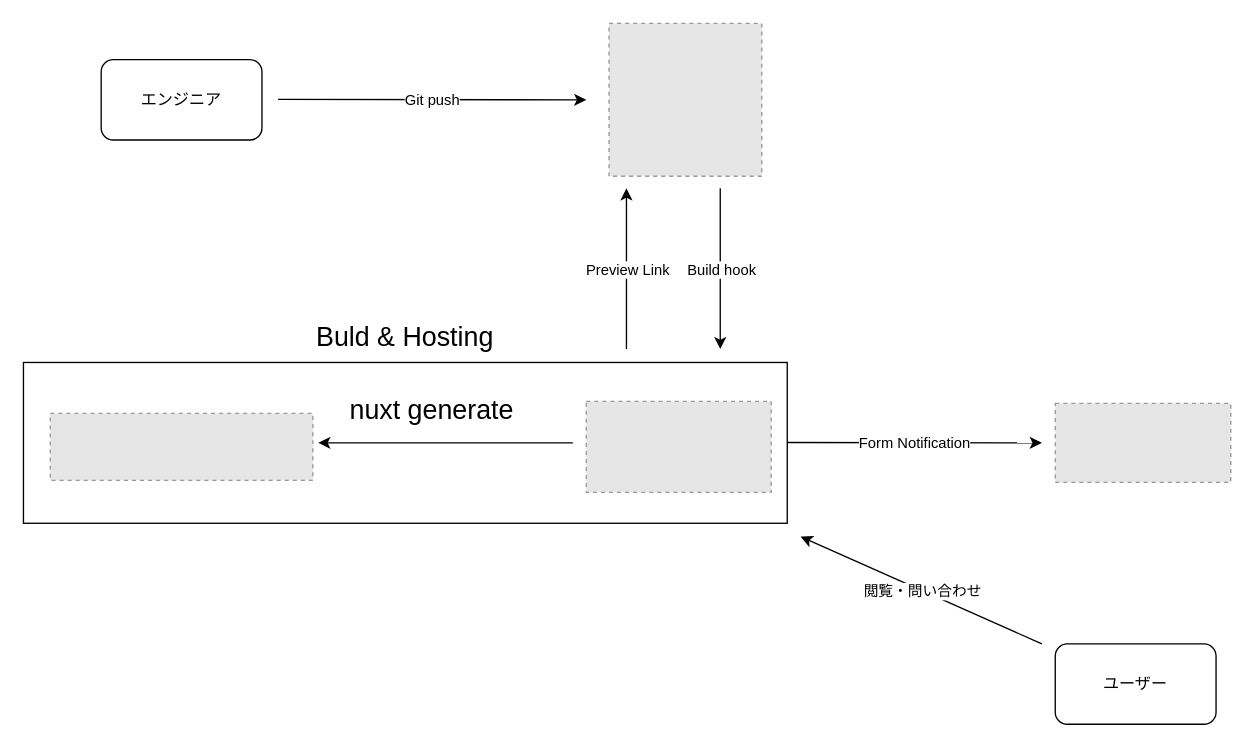
Before: diagram.drawio in yuki0920/portfolio-site-v2, a draw.io diagram. Source tidied: cells renumbered, new cells numbered last; positions are measured from the earlier drawing's top-left corner, leaving out a move shared by most shapes. Both pictures are drawn from the tidied source at 134%, with x=0, y=0 at pixel (23, 23). Pictures stored in the file or linked from it are replaced by grey dashed boxes.
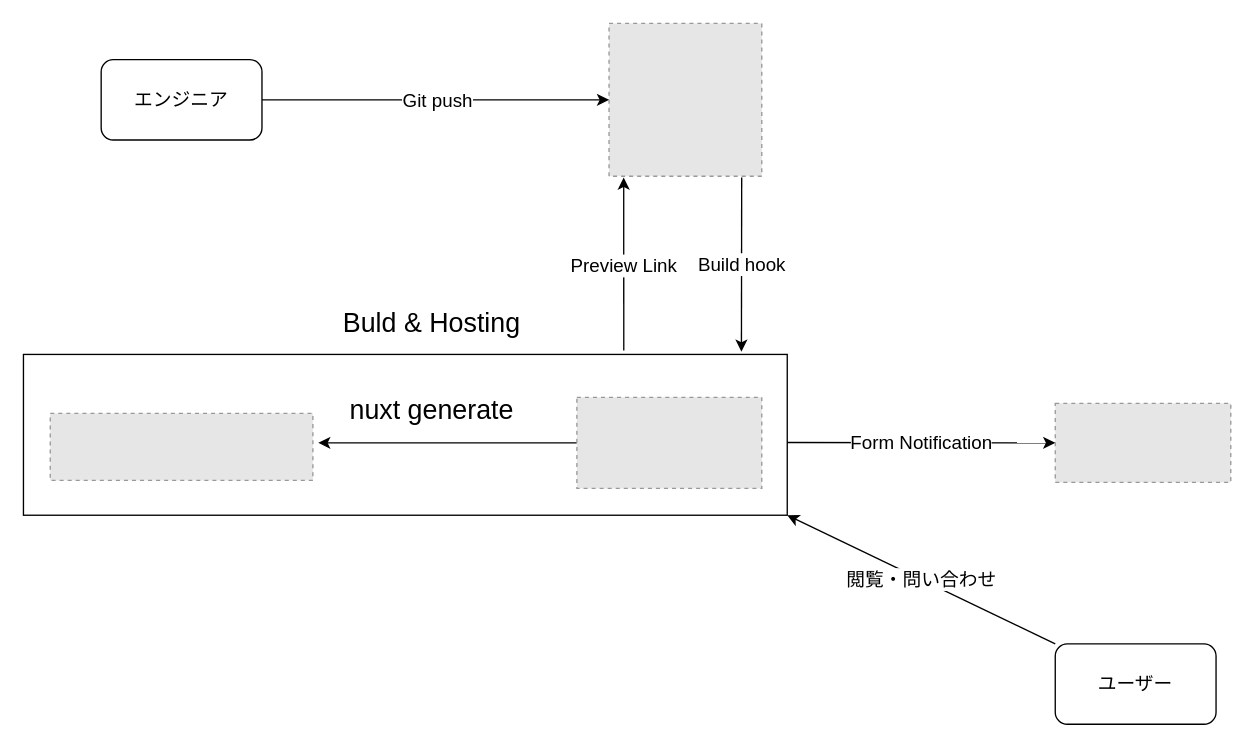
The same page after the edit.

Unchanged cells that the change refers to:
```xml
<mxCell id="3" style="fillColor=#E6E6E6;strokeColor=#999999;dashed=1;verticalLabelPosition=bottom;labelBackgroundColor=#ffffff;verticalAlign=top;" parent="1" vertex="1">
  <mxGeometry x="770" y="283.5" width="131" height="59" as="geometry" />
</mxCell>
<mxCell id="5" style="fillColor=#E6E6E6;strokeColor=#999999;dashed=1;html=1;verticalAlign=top;verticalLabelPosition=bottom;labelBackgroundColor=#ffffff;" parent="1" vertex="1">
  <mxGeometry x="437" width="114" height="114" as="geometry" />
</mxCell>
```

The edit, as a diff of the source:
```diff
@@
-    <mxCell id="4" style="fillColor=#E6E6E6;strokeColor=#999999;dashed=1;verticalLabelPosition=bottom;labelBackgroundColor=#ffffff;verticalAlign=top;" parent="1" vertex="1">
-      <mxGeometry x="420" y="282" width="138" height="68" as="geometry" />
-    </mxCell>
@@
-    <mxCell id="6" value="エンジニア" style="rounded=1;whiteSpace=wrap;html=1;" parent="1" vertex="1">
+    <mxCell id="6" value="&lt;font style=&quot;font-size: 14px&quot;&gt;エンジニア&lt;/font&gt;" style="rounded=1;whiteSpace=wrap;html=1;" parent="1" vertex="1">
       <mxGeometry x="58" y="27" width="120" height="60" as="geometry" />
     </mxCell>
-    <mxCell id="7" style="endArrow=classic;html=1;" parent="1" edge="1">
+    <mxCell id="7" style="endArrow=classic;html=1;exitX=0;exitY=0.5;exitDx=0;exitDy=0;" parent="1" edge="1" source="4">
       <mxGeometry relative="1" as="geometry">
-        <mxPoint x="410" y="313" as="sourcePoint" />
         <mxPoint x="220" y="313" as="targetPoint" />
       </mxGeometry>
     </mxCell>
@@
     <mxCell id="9" style="rounded=0;whiteSpace=wrap;html=1;labelBackgroundColor=none;fillColor=none;" parent="1" vertex="1">
-      <mxGeometry y="253" width="570" height="120" as="geometry" />
+      <mxGeometry y="247" width="570" height="120" as="geometry" />
     </mxCell>
     <mxCell id="10" value="Buld &amp;amp; Hosting" style="text;html=1;strokeColor=none;fillColor=none;align=center;verticalAlign=middle;whiteSpace=wrap;rounded=0;labelBackgroundColor=none;fontSize=20;" parent="1" vertex="1">
-      <mxGeometry x="190" y="223" width="190" height="20" as="geometry" />
+      <mxGeometry x="210" y="213" width="190" height="20" as="geometry" />
     </mxCell>
-    <mxCell id="11" value="ユーザー" style="rounded=1;whiteSpace=wrap;html=1;" parent="1" vertex="1">
+    <mxCell id="11" value="&lt;font style=&quot;font-size: 14px&quot;&gt;ユーザー&lt;/font&gt;" style="rounded=1;whiteSpace=wrap;html=1;" parent="1" vertex="1">
       <mxGeometry x="770" y="463" width="120" height="60" as="geometry" />
     </mxCell>
-    <mxCell id="12" style="endArrow=classic;html=1;fontSize=20;" parent="1" edge="1">
-      <mxGeometry x="-1" relative="1" as="geometry">
-        <mxPoint x="450" y="243" as="sourcePoint" />
-        <mxPoint x="450" y="123" as="targetPoint" />
-      </mxGeometry>
+    <mxCell id="12" style="endArrow=classic;html=1;fontSize=20;entryX=0.096;entryY=1.009;entryDx=0;entryDy=0;entryPerimeter=0;exitX=0.786;exitY=-0.025;exitDx=0;exitDy=0;exitPerimeter=0;" parent="1" edge="1" source="9" target="5">
+      <mxGeometry x="-1" relative="1" as="geometry" />
     </mxCell>
-    <mxCell id="13" value="Preview Link" style="edgeLabel;html=1;align=center;verticalAlign=middle;" parent="12" vertex="1">
+    <mxCell id="13" value="Preview Link" style="edgeLabel;html=1;align=center;verticalAlign=middle;fontSize=14;" parent="12" vertex="1">
       <mxGeometry relative="1" as="geometry" />
     </mxCell>
-    <mxCell id="14" style="endArrow=classic;html=1;fontSize=20;" parent="1" edge="1">
+    <mxCell id="14" style="endArrow=classic;html=1;fontSize=20;entryX=0.94;entryY=-0.017;entryDx=0;entryDy=0;entryPerimeter=0;" parent="1" edge="1" target="9">
       <mxGeometry relative="1" as="geometry">
-        <mxPoint x="520" y="123" as="sourcePoint" />
-        <mxPoint x="520" y="243" as="targetPoint" />
+        <mxPoint x="536" y="115" as="sourcePoint" />
       </mxGeometry>
     </mxCell>
-    <mxCell id="15" value="Build hook" style="edgeLabel;html=1;align=center;verticalAlign=middle;" parent="14" vertex="1">
+    <mxCell id="15" value="Build hook" style="edgeLabel;html=1;align=center;verticalAlign=middle;fontSize=14;" parent="14" vertex="1">
       <mxGeometry relative="1" as="geometry" />
     </mxCell>
-    <mxCell id="16" style="endArrow=classic;html=1;fontSize=20;" parent="1" edge="1">
+    <mxCell id="16" style="endArrow=classic;html=1;fontSize=20;entryX=0;entryY=0.5;entryDx=0;entryDy=0;" parent="1" edge="1" target="3">
       <mxGeometry relative="1" as="geometry">
         <mxPoint x="570" y="312.7" as="sourcePoint" />
-        <mxPoint x="760" y="313" as="targetPoint" />
       </mxGeometry>
     </mxCell>
-    <mxCell id="17" value="Form Notification" style="edgeLabel;html=1;align=center;verticalAlign=middle;" parent="16" vertex="1">
+    <mxCell id="17" value="Form Notification" style="edgeLabel;html=1;align=center;verticalAlign=middle;fontSize=14;" parent="16" vertex="1">
       <mxGeometry relative="1" as="geometry" />
     </mxCell>
-    <mxCell id="18" style="endArrow=classic;html=1;fontSize=20;" parent="1" edge="1">
-      <mxGeometry relative="1" as="geometry">
-        <mxPoint x="760" y="463" as="sourcePoint" />
-        <mxPoint x="580" y="383" as="targetPoint" />
-      </mxGeometry>
+    <mxCell id="18" style="endArrow=classic;html=1;fontSize=20;exitX=0;exitY=0;exitDx=0;exitDy=0;entryX=1;entryY=1;entryDx=0;entryDy=0;" parent="1" edge="1" source="11" target="9">
+      <mxGeometry relative="1" as="geometry" />
     </mxCell>
-    <mxCell id="19" value="閲覧・問い合わせ" style="edgeLabel;html=1;align=center;verticalAlign=middle;" parent="18" vertex="1">
+    <mxCell id="19" value="閲覧・問い合わせ" style="edgeLabel;html=1;align=center;verticalAlign=middle;fontSize=14;" parent="18" vertex="1">
       <mxGeometry relative="1" as="geometry" />
     </mxCell>
-    <mxCell id="20" style="endArrow=classic;html=1;fontSize=20;" parent="1" edge="1">
-      <mxGeometry relative="1" as="geometry">
-        <mxPoint x="190" y="56.7" as="sourcePoint" />
-        <mxPoint x="420" y="57" as="targetPoint" />
-      </mxGeometry>
+    <mxCell id="20" style="endArrow=classic;html=1;fontSize=20;exitX=1;exitY=0.5;exitDx=0;exitDy=0;entryX=0;entryY=0.5;entryDx=0;entryDy=0;" parent="1" edge="1" source="6" target="5">
+      <mxGeometry relative="1" as="geometry" />
     </mxCell>
-    <mxCell id="21" value="Git push" style="edgeLabel;html=1;align=center;verticalAlign=middle;" parent="20" vertex="1">
+    <mxCell id="21" value="Git push" style="edgeLabel;html=1;align=center;verticalAlign=middle;fontSize=14;" parent="20" vertex="1">
       <mxGeometry relative="1" as="geometry" />
     </mxCell>
+    <mxCell id="4" style="fillColor=#E6E6E6;strokeColor=#999999;dashed=1;verticalLabelPosition=bottom;labelBackgroundColor=#ffffff;verticalAlign=top;" parent="1" vertex="1">
+      <mxGeometry x="413" y="279" width="138" height="68" as="geometry" />
+    </mxCell>
```
